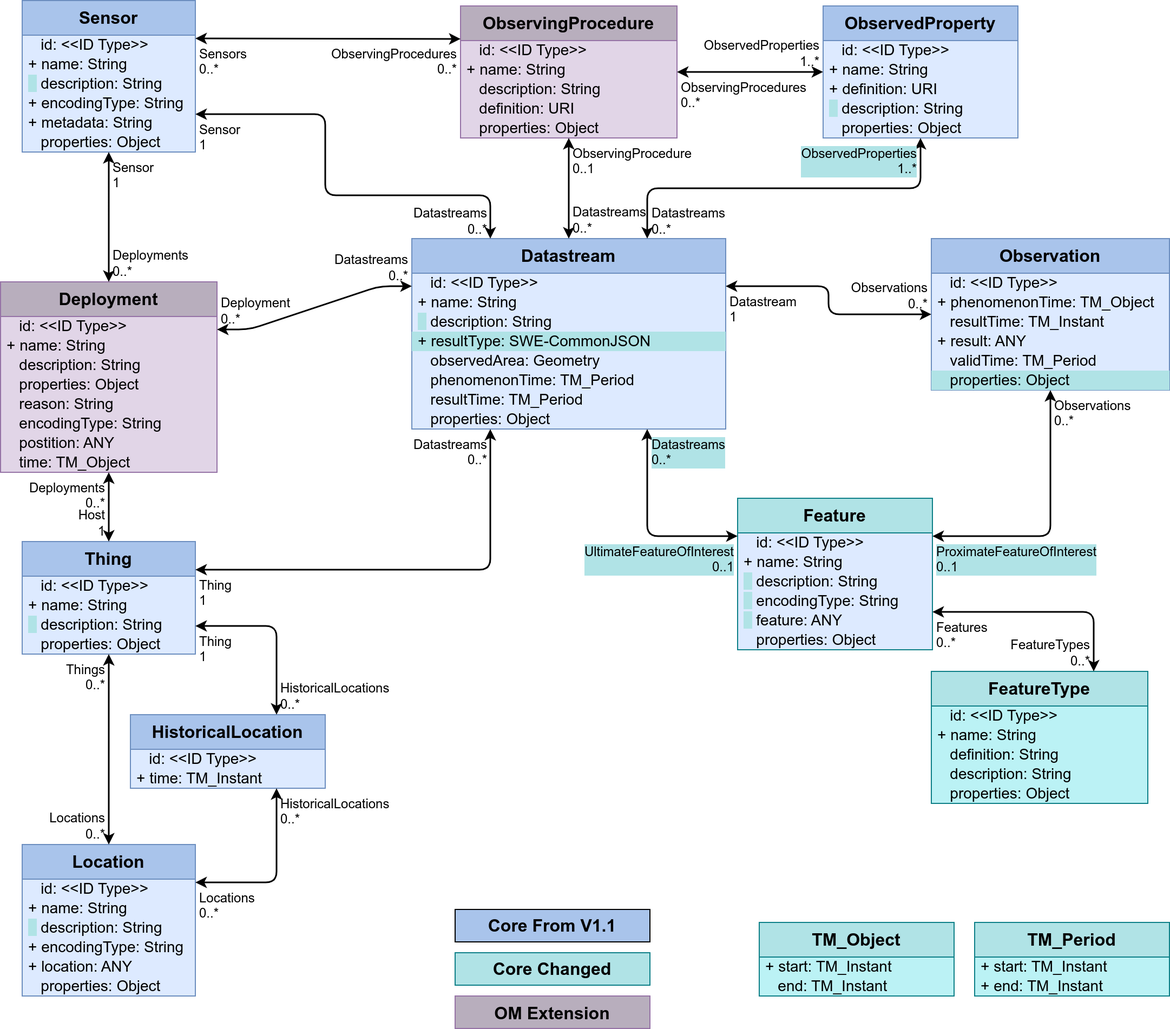
opengeospatial/sensorthings keeps this draw.io diagram as figures/Datamodel-SensorThingsApi-V2-proposal-1-OM.drawio.png. Above is the earlier version. Source tidied: cells renumbered, new cells last; positions are measured from the earlier drawing's top-left corner, leaving out a move shared by most shapes.
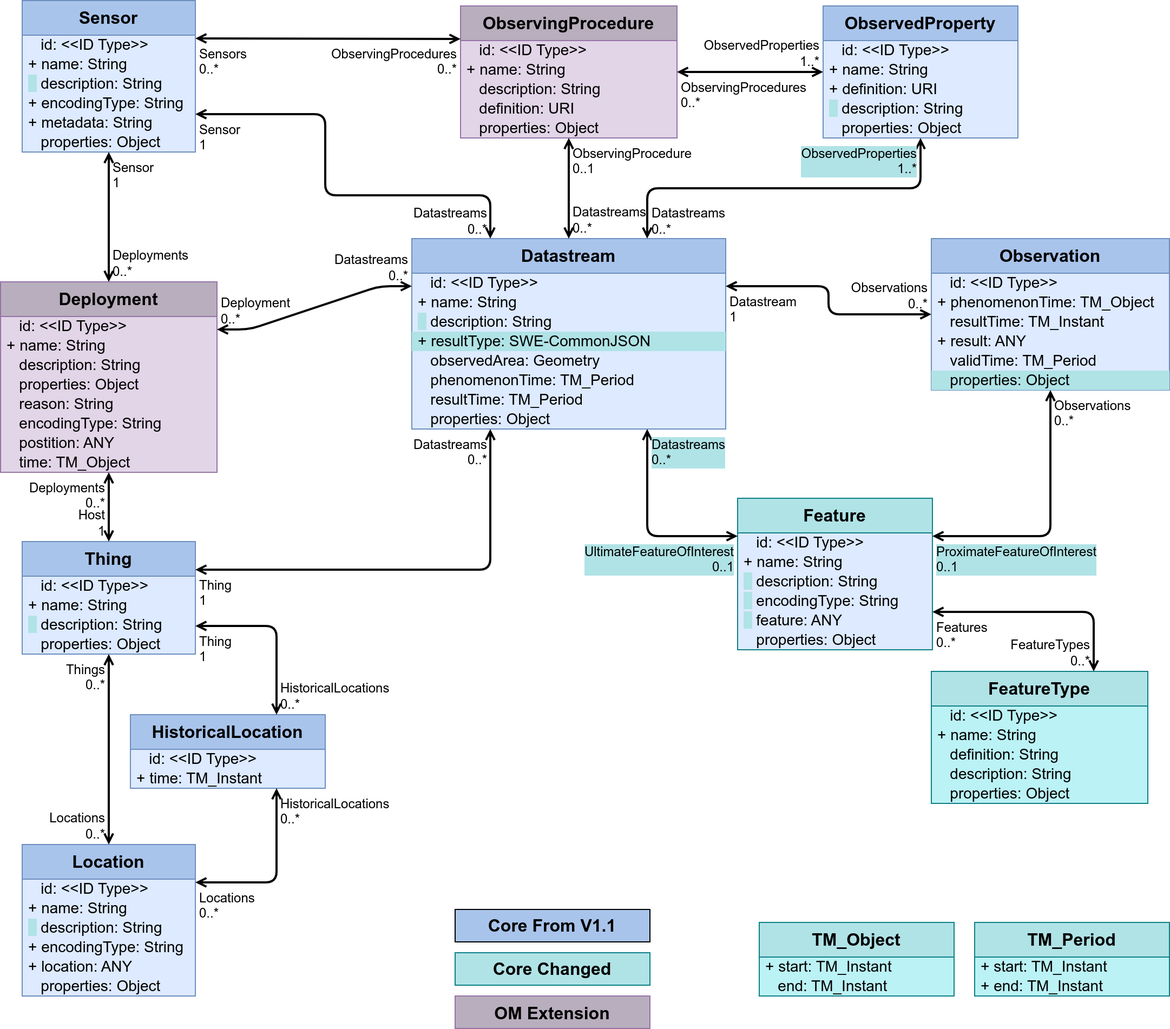
The same diagram one commit later.

What changed in the source:
```diff
@@ -77,7 +77,7 @@
     <mxCell id="26" value="&amp;nbsp;&amp;nbsp;&amp;nbsp;properties: Object" style="text;strokeColor=none;fillColor=none;align=left;verticalAlign=middle;spacingLeft=4;spacingRight=4;overflow=visible;html=1;fontSize=14;" parent="20" vertex="1">
       <mxGeometry y="122" width="180" height="18" as="geometry" />
     </mxCell>
-    <mxCell id="27" style="endArrow=classic;startArrow=classic;html=1;rounded=1;exitX=0;exitY=0.25;exitDx=0;exitDy=0;edgeStyle=orthogonalEdgeStyle;entryX=0.75;entryY=1;entryDx=0;entryDy=0;curved=0;strokeWidth=1.5;" parent="1" edge="1" source="20" target="2">
+    <mxCell id="27" style="endArrow=open;startArrow=open;html=1;rounded=1;exitX=0;exitY=0.25;exitDx=0;exitDy=0;edgeStyle=orthogonalEdgeStyle;entryX=0.75;entryY=1;entryDx=0;entryDy=0;curved=0;strokeWidth=2;startFill=0;endFill=0;" parent="1" edge="1" source="20" target="2">
       <mxGeometry relative="1" as="geometry" />
     </mxCell>
     <mxCell id="28" value="UltimateFeatureOfInterest&lt;br&gt;0..1" style="edgeLabel;html=1;align=right;verticalAlign=top;labelBackgroundColor=#B0E3E6;fontSize=12;spacingLeft=1;spacing=3;spacingRight=2;" parent="27" vertex="1">
@@ -104,7 +104,7 @@
     <mxCell id="35" value="&amp;nbsp;&amp;nbsp;&amp;nbsp;properties: Object" style="text;strokeColor=none;fillColor=none;align=left;verticalAlign=middle;spacingLeft=4;spacingRight=4;overflow=visible;html=1;fontSize=14;" parent="30" vertex="1">
       <mxGeometry y="104" width="200" height="18" as="geometry" />
     </mxCell>
-    <mxCell id="36" style="endArrow=classic;startArrow=classic;html=1;rounded=1;edgeStyle=orthogonalEdgeStyle;entryX=1;entryY=0.75;entryDx=0;entryDy=0;exitX=0.75;exitY=0;exitDx=0;exitDy=0;strokeWidth=1.5;curved=0;" parent="1" edge="1" source="30" target="20">
+    <mxCell id="36" style="endArrow=open;startArrow=open;html=1;rounded=1;edgeStyle=orthogonalEdgeStyle;entryX=1;entryY=0.75;entryDx=0;entryDy=0;exitX=0.75;exitY=0;exitDx=0;exitDy=0;strokeWidth=2;curved=0;startFill=0;endFill=0;" parent="1" edge="1" source="30" target="20">
       <mxGeometry relative="1" as="geometry" />
     </mxCell>
     <mxCell id="37" value="FeatureTypes&lt;br&gt;0..*" style="edgeLabel;html=1;align=right;verticalAlign=bottom;labelBackgroundColor=none;fontSize=12;spacingLeft=1;spacing=3;spacingRight=2;" parent="36" vertex="1">
@@ -143,7 +143,7 @@
     <mxCell id="48" value="&amp;nbsp;&amp;nbsp;&amp;nbsp;properties: Object" style="text;strokeColor=none;fillColor=none;align=left;verticalAlign=middle;spacingLeft=4;spacingRight=4;overflow=visible;html=1;fontSize=14;" parent="42" vertex="1">
       <mxGeometry y="122" width="160" height="18" as="geometry" />
     </mxCell>
-    <mxCell id="49" style="endArrow=classic;startArrow=classic;html=1;rounded=1;entryX=0.75;entryY=1;entryDx=0;entryDy=0;edgeStyle=orthogonalEdgeStyle;exitX=1;exitY=0.25;exitDx=0;exitDy=0;strokeWidth=1.5;curved=0;" parent="1" edge="1" source="42" target="39">
+    <mxCell id="49" style="endArrow=open;startArrow=open;html=1;rounded=1;entryX=0.75;entryY=1;entryDx=0;entryDy=0;edgeStyle=orthogonalEdgeStyle;exitX=1;exitY=0.25;exitDx=0;exitDy=0;strokeWidth=2;curved=0;startFill=0;endFill=0;" parent="1" edge="1" source="42" target="39">
       <mxGeometry relative="1" as="geometry" />
     </mxCell>
     <mxCell id="50" value="Locations&lt;br&gt;0..*" style="edgeLabel;html=1;align=left;verticalAlign=top;labelBackgroundColor=none;fontSize=12;spacingLeft=1;spacing=3;spacingRight=2;" parent="49" vertex="1">
@@ -173,7 +173,7 @@
     <mxCell id="58" value="&amp;nbsp;&amp;nbsp;&amp;nbsp;properties: Object" style="text;strokeColor=none;fillColor=#b0e3e6;align=left;verticalAlign=middle;spacingLeft=4;spacingRight=4;overflow=visible;html=1;fontSize=14;" parent="52" vertex="1">
       <mxGeometry y="122" width="220" height="18" as="geometry" />
     </mxCell>
-    <mxCell id="59" style="endArrow=classic;startArrow=classic;html=1;rounded=1;exitX=0;exitY=0.5;exitDx=0;exitDy=0;entryX=1;entryY=0.25;entryDx=0;entryDy=0;edgeStyle=orthogonalEdgeStyle;strokeWidth=1.5;curved=0;" parent="1" edge="1" source="52" target="2">
+    <mxCell id="59" style="endArrow=open;startArrow=open;html=1;rounded=1;exitX=0;exitY=0.5;exitDx=0;exitDy=0;entryX=1;entryY=0.25;entryDx=0;entryDy=0;edgeStyle=orthogonalEdgeStyle;strokeWidth=2;curved=0;startFill=0;endFill=0;" parent="1" edge="1" source="52" target="2">
       <mxGeometry relative="1" as="geometry" />
     </mxCell>
     <mxCell id="60" value="Observations&lt;br&gt;0..*" style="edgeLabel;html=1;align=right;verticalAlign=bottom;labelBackgroundColor=none;fontSize=12;spacingLeft=1;spacing=3;spacingRight=2;" parent="59" vertex="1">
@@ -182,7 +182,7 @@
     <mxCell id="61" value="Datastream&lt;br&gt;1" style="edgeLabel;html=1;align=left;verticalAlign=top;labelBackgroundColor=none;fontSize=12;spacingLeft=1;spacing=3;spacingRight=2;" parent="59" vertex="1">
       <mxGeometry x="1" relative="1" as="geometry" />
     </mxCell>
-    <mxCell id="62" style="endArrow=classic;startArrow=classic;html=1;rounded=1;exitX=0.5;exitY=1;exitDx=0;exitDy=0;edgeStyle=orthogonalEdgeStyle;entryX=1;entryY=0.25;entryDx=0;entryDy=0;curved=0;strokeWidth=1.5;" parent="1" edge="1" source="52" target="20">
+    <mxCell id="62" style="endArrow=open;startArrow=open;html=1;rounded=1;exitX=0.5;exitY=1;exitDx=0;exitDy=0;edgeStyle=orthogonalEdgeStyle;entryX=1;entryY=0.25;entryDx=0;entryDy=0;curved=0;strokeWidth=2;startFill=0;endFill=0;" parent="1" edge="1" source="52" target="20">
       <mxGeometry relative="1" as="geometry" />
     </mxCell>
     <mxCell id="63" value="Observations&lt;br&gt;0..*" style="edgeLabel;html=1;align=left;verticalAlign=top;labelBackgroundColor=none;fontSize=12;spacingLeft=1;spacing=3;spacingRight=2;" parent="62" vertex="1">
@@ -209,7 +209,7 @@
     <mxCell id="70" value="&amp;nbsp;&amp;nbsp;&amp;nbsp;properties: Object" style="text;strokeColor=none;fillColor=none;align=left;verticalAlign=middle;spacingLeft=4;spacingRight=4;overflow=visible;html=1;fontSize=14;" parent="65" vertex="1">
       <mxGeometry y="104" width="180" height="18" as="geometry" />
     </mxCell>
-    <mxCell id="71" style="endArrow=classic;startArrow=classic;html=1;rounded=1;edgeStyle=orthogonalEdgeStyle;entryX=0.75;entryY=0;entryDx=0;entryDy=0;exitX=0.5;exitY=1;exitDx=0;exitDy=0;strokeWidth=1.5;curved=0;" parent="1" edge="1" source="65" target="2">
+    <mxCell id="71" style="endArrow=open;startArrow=open;html=1;rounded=1;edgeStyle=orthogonalEdgeStyle;entryX=0.75;entryY=0;entryDx=0;entryDy=0;exitX=0.5;exitY=1;exitDx=0;exitDy=0;strokeWidth=2;curved=0;startFill=0;endFill=0;" parent="1" edge="1" source="65" target="2">
       <mxGeometry relative="1" as="geometry" />
     </mxCell>
     <mxCell id="72" value="ObservedProperties&lt;br&gt;1..*" style="edgeLabel;html=1;align=right;verticalAlign=top;labelBackgroundColor=#B0E3E6;fontSize=12;spacingLeft=1;spacing=3;spacingRight=2;" parent="71" vertex="1">
@@ -236,7 +236,7 @@
     <mxCell id="79" value="&amp;nbsp;&amp;nbsp;&amp;nbsp;properties: Object" style="text;strokeColor=none;fillColor=none;align=left;verticalAlign=middle;spacingLeft=4;spacingRight=4;overflow=visible;html=1;fontSize=14;" parent="74" vertex="1">
       <mxGeometry y="104" width="200" height="18" as="geometry" />
     </mxCell>
-    <mxCell id="80" style="endArrow=classic;startArrow=classic;html=1;rounded=1;noEdgeStyle=1;entryX=0.5;entryY=0;entryDx=0;entryDy=0;exitX=0.5;exitY=1;exitDx=0;exitDy=0;strokeWidth=1.5;curved=0;" parent="1" edge="1" source="74" target="2">
+    <mxCell id="80" style="endArrow=open;startArrow=open;html=1;rounded=1;noEdgeStyle=1;entryX=0.5;entryY=0;entryDx=0;entryDy=0;exitX=0.5;exitY=1;exitDx=0;exitDy=0;strokeWidth=2;curved=0;startFill=0;endFill=0;" parent="1" edge="1" source="74" target="2">
       <mxGeometry relative="1" as="geometry" />
     </mxCell>
     <mxCell id="81" value="ObservingProcedure&lt;br&gt;0..1" style="edgeLabel;html=1;align=left;verticalAlign=top;labelBackgroundColor=none;fontSize=12;spacingLeft=1;spacing=3;spacingRight=2;" parent="80" vertex="1">
@@ -266,7 +266,7 @@
     <mxCell id="89" value="&amp;nbsp;&amp;nbsp;&amp;nbsp;properties: Object" style="text;strokeColor=none;fillColor=none;align=left;verticalAlign=middle;spacingLeft=4;spacingRight=4;overflow=visible;html=1;fontSize=14;" parent="83" vertex="1">
       <mxGeometry y="122" width="160" height="18" as="geometry" />
     </mxCell>
-    <mxCell id="90" style="endArrow=classic;startArrow=classic;html=1;rounded=1;entryX=0.25;entryY=0;entryDx=0;entryDy=0;edgeStyle=orthogonalEdgeStyle;exitX=1;exitY=0.75;exitDx=0;exitDy=0;strokeWidth=1.5;" parent="1" edge="1" source="83" target="2">
+    <mxCell id="90" style="endArrow=open;startArrow=open;html=1;rounded=1;entryX=0.25;entryY=0;entryDx=0;entryDy=0;edgeStyle=orthogonalEdgeStyle;exitX=1;exitY=0.75;exitDx=0;exitDy=0;strokeWidth=2;startFill=0;endFill=0;" parent="1" edge="1" source="83" target="2">
       <mxGeometry relative="1" as="geometry">
         <Array as="points">
           <mxPoint x="300" y="105" />
@@ -281,7 +281,7 @@
     <mxCell id="92" value="Datastreams&lt;br&gt;0..*" style="edgeLabel;html=1;align=right;verticalAlign=bottom;labelBackgroundColor=none;fontSize=12;spacingLeft=1;spacing=3;spacingRight=2;" parent="90" vertex="1">
       <mxGeometry x="1" relative="1" as="geometry" />
     </mxCell>
-    <mxCell id="93" style="endArrow=classic;startArrow=classic;html=1;rounded=1;noEdgeStyle=1;strokeWidth=1.5;curved=0;" parent="1" edge="1" source="83" target="11">
+    <mxCell id="93" style="endArrow=open;startArrow=open;html=1;rounded=1;noEdgeStyle=1;strokeWidth=2;curved=0;startFill=0;endFill=0;" parent="1" edge="1" source="83" target="11">
       <mxGeometry relative="1" as="geometry" />
     </mxCell>
     <mxCell id="94" value="Sensor&lt;br&gt;1" style="edgeLabel;html=1;align=left;verticalAlign=top;labelBackgroundColor=none;fontSize=12;spacingLeft=1;spacing=3;spacingRight=2;" parent="93" vertex="1">
@@ -290,7 +290,7 @@
     <mxCell id="95" value="Deployments&lt;br&gt;0..*" style="edgeLabel;html=1;align=left;verticalAlign=bottom;labelBackgroundColor=none;fontSize=12;spacingLeft=1;spacing=3;spacingRight=2;" parent="93" vertex="1">
       <mxGeometry x="1" relative="1" as="geometry" />
     </mxCell>
-    <mxCell id="96" style="endArrow=classic;startArrow=classic;html=1;rounded=1;exitX=1;exitY=0.25;exitDx=0;exitDy=0;entryX=0;entryY=0.25;entryDx=0;entryDy=0;strokeWidth=1.5;curved=0;" parent="1" edge="1" source="83" target="74">
+    <mxCell id="96" style="endArrow=open;startArrow=open;html=1;rounded=1;exitX=1;exitY=0.25;exitDx=0;exitDy=0;entryX=0;entryY=0.25;entryDx=0;entryDy=0;strokeWidth=2;curved=0;startFill=0;endFill=0;" parent="1" edge="1" source="83" target="74">
       <mxGeometry relative="1" as="geometry" />
     </mxCell>
     <mxCell id="97" value="Sensors&lt;br&gt;0..*" style="edgeLabel;html=1;align=left;verticalAlign=top;labelBackgroundColor=none;fontSize=12;spacingLeft=1;spacing=3;spacingRight=2;" parent="96" vertex="1">
@@ -314,7 +314,7 @@
     <mxCell id="103" value="&amp;nbsp;&amp;nbsp;&amp;nbsp;properties: Object" style="text;strokeColor=none;fillColor=none;align=left;verticalAlign=middle;spacingLeft=4;spacingRight=4;overflow=visible;html=1;fontSize=14;" parent="99" vertex="1">
       <mxGeometry y="86" width="160" height="18" as="geometry" />
     </mxCell>
-    <mxCell id="104" style="endArrow=classic;startArrow=classic;html=1;rounded=1;noEdgeStyle=1;strokeWidth=1.5;curved=0;" parent="1" edge="1" source="99" target="11">
+    <mxCell id="104" style="endArrow=open;startArrow=open;html=1;rounded=1;noEdgeStyle=1;strokeWidth=2;curved=0;startFill=0;endFill=0;" parent="1" edge="1" source="99" target="11">
       <mxGeometry relative="1" as="geometry" />
     </mxCell>
     <mxCell id="105" value="Host&lt;br&gt;1" style="edgeLabel;html=1;align=right;verticalAlign=bottom;labelBackgroundColor=none;fontSize=12;spacingLeft=1;spacing=3;spacingRight=2;" parent="104" vertex="1">
@@ -323,7 +323,7 @@
     <mxCell id="106" value="Deployments&lt;br&gt;0..*" style="edgeLabel;html=1;align=right;verticalAlign=top;labelBackgroundColor=none;fontSize=12;spacingLeft=1;spacing=3;spacingRight=2;" parent="104" vertex="1">
       <mxGeometry x="1" relative="1" as="geometry" />
     </mxCell>
-    <mxCell id="107" style="endArrow=classic;startArrow=classic;html=1;rounded=1;exitX=1;exitY=0.75;exitDx=0;exitDy=0;edgeStyle=orthogonalEdgeStyle;entryX=0.75;entryY=0;entryDx=0;entryDy=0;strokeWidth=1.5;curved=0;" parent="1" edge="1" source="99" target="39">
+    <mxCell id="107" style="endArrow=open;startArrow=open;html=1;rounded=1;exitX=1;exitY=0.75;exitDx=0;exitDy=0;edgeStyle=orthogonalEdgeStyle;entryX=0.75;entryY=0;entryDx=0;entryDy=0;strokeWidth=2;curved=0;startFill=0;endFill=0;" parent="1" edge="1" source="99" target="39">
       <mxGeometry relative="1" as="geometry" />
     </mxCell>
     <mxCell id="108" value="Thing&lt;br&gt;1" style="edgeLabel;html=1;align=left;verticalAlign=top;labelBackgroundColor=none;fontSize=12;spacingLeft=1;spacing=3;spacingRight=2;" parent="107" vertex="1">
@@ -332,7 +332,7 @@
     <mxCell id="109" value="HistoricalLocations&lt;br&gt;0..*" style="edgeLabel;html=1;align=left;verticalAlign=bottom;labelBackgroundColor=none;fontSize=12;spacingLeft=1;spacing=3;spacingRight=2;" parent="107" vertex="1">
       <mxGeometry x="1" relative="1" as="geometry" />
     </mxCell>
-    <mxCell id="110" style="endArrow=classic;startArrow=classic;html=1;rounded=1;noEdgeStyle=1;entryX=0.5;entryY=0;entryDx=0;entryDy=0;exitX=0.5;exitY=1;exitDx=0;exitDy=0;strokeWidth=1.5;curved=0;" parent="1" edge="1" source="99" target="42">
+    <mxCell id="110" style="endArrow=open;startArrow=open;html=1;rounded=1;noEdgeStyle=1;entryX=0.5;entryY=0;entryDx=0;entryDy=0;exitX=0.5;exitY=1;exitDx=0;exitDy=0;strokeWidth=2;curved=0;startFill=0;endFill=0;" parent="1" edge="1" source="99" target="42">
       <mxGeometry relative="1" as="geometry" />
     </mxCell>
     <mxCell id="111" value="Things&lt;br&gt;0..*" style="edgeLabel;html=1;align=right;verticalAlign=top;labelBackgroundColor=none;fontSize=12;spacingLeft=1;spacing=3;spacingRight=2;" parent="110" vertex="1">
@@ -341,7 +341,7 @@
     <mxCell id="112" value="Locations&lt;br&gt;0..*" style="edgeLabel;html=1;align=right;verticalAlign=bottom;labelBackgroundColor=none;fontSize=12;spacingLeft=1;spacing=3;spacingRight=2;" parent="110" vertex="1">
       <mxGeometry x="1" relative="1" as="geometry" />
     </mxCell>
-    <mxCell id="113" style="endArrow=classic;startArrow=classic;html=1;rounded=1;edgeStyle=orthogonalEdgeStyle;entryX=0.25;entryY=1;entryDx=0;entryDy=0;exitX=1;exitY=0.25;exitDx=0;exitDy=0;curved=0;strokeWidth=1.5;" parent="1" edge="1" source="99" target="2">
+    <mxCell id="113" style="endArrow=open;startArrow=open;html=1;rounded=1;edgeStyle=orthogonalEdgeStyle;entryX=0.25;entryY=1;entryDx=0;entryDy=0;exitX=1;exitY=0.25;exitDx=0;exitDy=0;curved=0;strokeWidth=2;startFill=0;endFill=0;" parent="1" edge="1" source="99" target="2">
       <mxGeometry relative="1" as="geometry" />
     </mxCell>
     <mxCell id="114" value="Thing&lt;br&gt;1" style="edgeLabel;html=1;align=left;verticalAlign=top;labelBackgroundColor=none;fontSize=12;spacingLeft=1;spacing=3;spacingRight=2;" parent="113" vertex="1">
@@ -368,7 +368,7 @@
     <mxCell id="121" value="&amp;nbsp;&amp;nbsp;&amp;nbsp;end: TM_Instant" style="text;strokeColor=none;fillColor=none;align=left;verticalAlign=middle;spacingLeft=4;spacingRight=4;overflow=visible;html=1;fontSize=14;" parent="119" vertex="1">
       <mxGeometry y="50" width="180" height="18" as="geometry" />
     </mxCell>
-    <mxCell id="122" style="endArrow=classic;startArrow=classic;html=1;rounded=1;exitX=1;exitY=0.25;exitDx=0;exitDy=0;entryX=0;entryY=0.25;entryDx=0;entryDy=0;edgeStyle=entityRelationEdgeStyle;strokeWidth=1.5;curved=0;" parent="1" edge="1" source="11" target="2">
+    <mxCell id="122" style="endArrow=open;startArrow=open;html=1;rounded=1;exitX=1;exitY=0.25;exitDx=0;exitDy=0;entryX=0;entryY=0.25;entryDx=0;entryDy=0;edgeStyle=entityRelationEdgeStyle;strokeWidth=2;curved=0;startFill=0;endFill=0;" parent="1" edge="1" source="11" target="2">
       <mxGeometry relative="1" as="geometry" />
     </mxCell>
     <mxCell id="123" value="Deployment&lt;br&gt;0..*" style="edgeLabel;html=1;align=left;verticalAlign=bottom;labelBackgroundColor=none;fontSize=12;spacingLeft=1;spacing=3;spacingRight=2;" parent="122" vertex="1">
@@ -383,7 +383,7 @@
     <mxCell id="126" value="Core From V1.1" style="rounded=0;whiteSpace=wrap;html=1;labelBackgroundColor=none;fillColor=#A9C4EB;strokeColor=default;fontStyle=1;fontSize=16;" parent="1" vertex="1">
       <mxGeometry x="420" y="840" width="180" height="30" as="geometry" />
     </mxCell>
-    <mxCell id="127" style="endArrow=classic;startArrow=classic;html=1;rounded=1;edgeStyle=orthogonalEdgeStyle;entryX=1;entryY=0.5;entryDx=0;entryDy=0;exitX=0;exitY=0.5;exitDx=0;exitDy=0;strokeWidth=1.5;curved=0;" parent="1" edge="1" source="65" target="74">
+    <mxCell id="127" style="endArrow=open;startArrow=open;html=1;rounded=1;edgeStyle=orthogonalEdgeStyle;entryX=1;entryY=0.5;entryDx=0;entryDy=0;exitX=0;exitY=0.5;exitDx=0;exitDy=0;strokeWidth=2;curved=0;startFill=0;endFill=0;" parent="1" edge="1" source="65" target="74">
       <mxGeometry relative="1" as="geometry" />
     </mxCell>
     <mxCell id="128" value="ObservedProperties&lt;br&gt;1..*" style="edgeLabel;html=1;align=right;verticalAlign=bottom;labelBackgroundColor=none;fontSize=12;spacingLeft=1;spacing=3;spacingRight=2;" parent="127" vertex="1">
```
